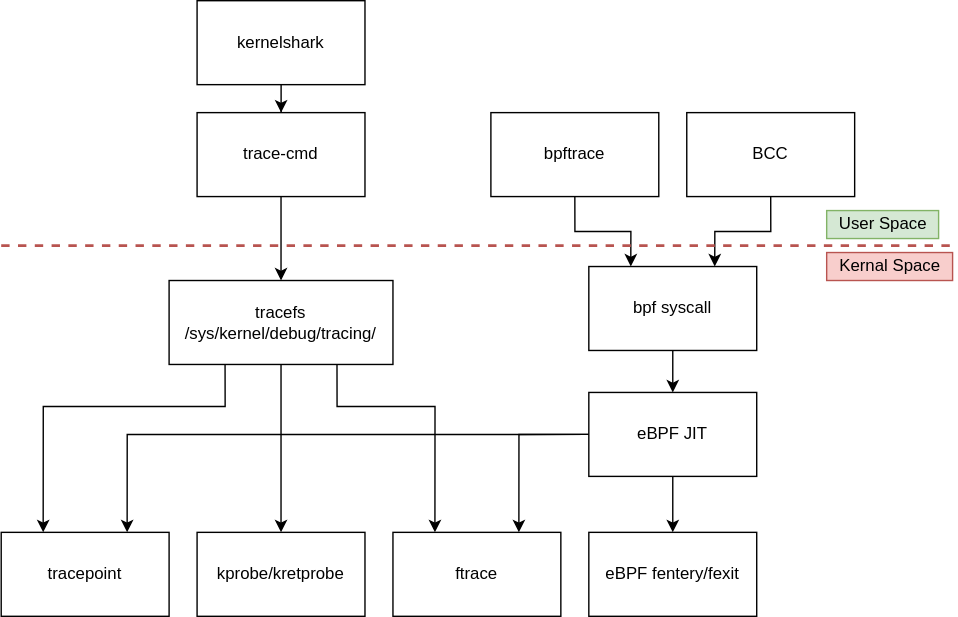
The draw.io diagram linuxKernel/picture/linux_tracing_system.svg in vernon2gh/note, before a commit. Source tidied: cells renumbered, new cells last; positions are measured from the earlier drawing's top-left corner, leaving out a move shared by most shapes.
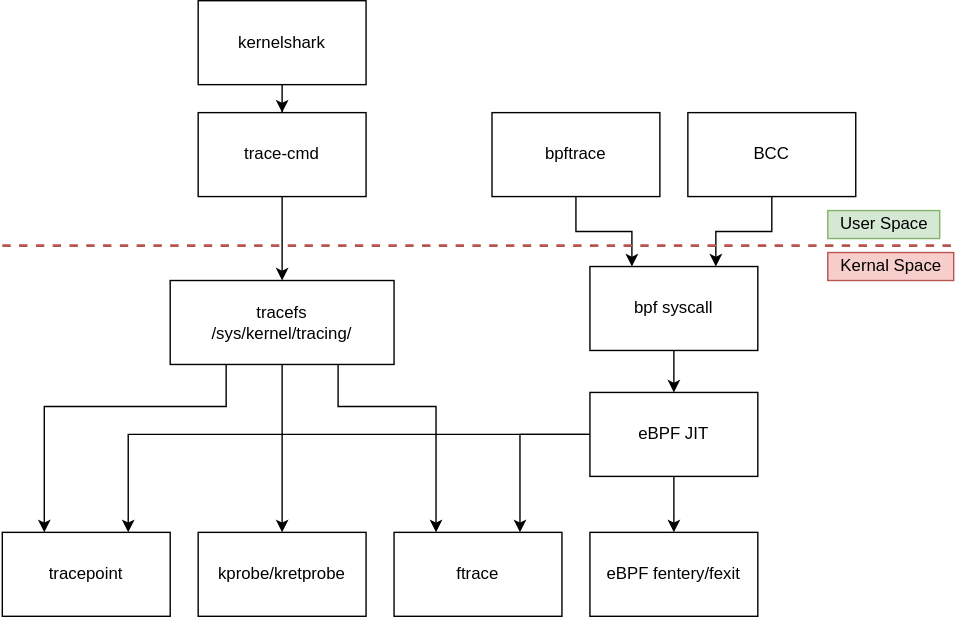
After the commit.

The edit, as a diff of the source:
```diff
@@ -33,7 +33,7 @@
         </Array>
       </mxGeometry>
     </mxCell>
-    <mxCell id="9" value="tracefs&lt;br&gt;&lt;span style=&quot;&quot; data-slate-fragment=&quot;JTdCJTIyb2JqZWN0JTIyJTNBJTIyZG9jdW1lbnQlMjIlMkMlMjJkYXRhJTIyJTNBJTdCJTdEJTJDJTIybm9kZXMlMjIlM0ElNUIlN0IlMjJvYmplY3QlMjIlM0ElMjJibG9jayUyMiUyQyUyMnR5cGUlMjIlM0ElMjJjb2RlLWxpbmUlMjIlMkMlMjJpc1ZvaWQlMjIlM0FmYWxzZSUyQyUyMmRhdGElMjIlM0ElN0IlN0QlMkMlMjJub2RlcyUyMiUzQSU1QiU3QiUyMm9iamVjdCUyMiUzQSUyMnRleHQlMjIlMkMlMjJsZWF2ZXMlMjIlM0ElNUIlN0IlMjJvYmplY3QlMjIlM0ElMjJsZWFmJTIyJTJDJTIydGV4dCUyMiUzQSUyMiUyRnN5cyUyRmtlcm5lbCUyRmRlYnVnJTJGdHJhY2luZyUyRiUyMiUyQyUyMm1hcmtzJTIyJTNBJTVCJTVEJTJDJTIyc2VsZWN0aW9ucyUyMiUzQSU1QiU1RCU3RCU1RCUyQyUyMmtleSUyMiUzQSUyMjAyYjU1ZWFmYmY1ZDQyNGQ5YWNkNGZjYzY4ZWQ3ZDY5JTIyJTdEJTVEJTJDJTIya2V5JTIyJTNBJTIyMzkyOTIwZjE2NTlkNDcyMzhiY2MxOTg3N2FhMzk0YjclMjIlN0QlNUQlMkMlMjJrZXklMjIlM0ElMjJmZTBlYmI4YjBmYzQ0YjJlOTBiMzM5N2E4YWNlMGIxOCUyMiU3RA==&quot;&gt;/sys/kernel/debug/tracing/&lt;/span&gt;" style="rounded=0;whiteSpace=wrap;html=1;" parent="1" vertex="1">
+    <mxCell id="9" value="tracefs&lt;br&gt;&lt;span style=&quot;&quot; data-slate-fragment=&quot;JTdCJTIyb2JqZWN0JTIyJTNBJTIyZG9jdW1lbnQlMjIlMkMlMjJkYXRhJTIyJTNBJTdCJTdEJTJDJTIybm9kZXMlMjIlM0ElNUIlN0IlMjJvYmplY3QlMjIlM0ElMjJibG9jayUyMiUyQyUyMnR5cGUlMjIlM0ElMjJjb2RlLWxpbmUlMjIlMkMlMjJpc1ZvaWQlMjIlM0FmYWxzZSUyQyUyMmRhdGElMjIlM0ElN0IlN0QlMkMlMjJub2RlcyUyMiUzQSU1QiU3QiUyMm9iamVjdCUyMiUzQSUyMnRleHQlMjIlMkMlMjJsZWF2ZXMlMjIlM0ElNUIlN0IlMjJvYmplY3QlMjIlM0ElMjJsZWFmJTIyJTJDJTIydGV4dCUyMiUzQSUyMiUyRnN5cyUyRmtlcm5lbCUyRmRlYnVnJTJGdHJhY2luZyUyRiUyMiUyQyUyMm1hcmtzJTIyJTNBJTVCJTVEJTJDJTIyc2VsZWN0aW9ucyUyMiUzQSU1QiU1RCU3RCU1RCUyQyUyMmtleSUyMiUzQSUyMjAyYjU1ZWFmYmY1ZDQyNGQ5YWNkNGZjYzY4ZWQ3ZDY5JTIyJTdEJTVEJTJDJTIya2V5JTIyJTNBJTIyMzkyOTIwZjE2NTlkNDcyMzhiY2MxOTg3N2FhMzk0YjclMjIlN0QlNUQlMkMlMjJrZXklMjIlM0ElMjJmZTBlYmI4YjBmYzQ0YjJlOTBiMzM5N2E4YWNlMGIxOCUyMiU3RA==&quot;&gt;/sys/kernel/tracing/&lt;/span&gt;" style="rounded=0;whiteSpace=wrap;html=1;" parent="1" vertex="1">
       <mxGeometry x="130" y="200" width="160" height="60" as="geometry" />
     </mxCell>
     <mxCell id="10" style="edgeStyle=orthogonalEdgeStyle;rounded=0;jettySize=auto;html=1;exitX=0.5;exitY=1;exitDx=0;exitDy=0;entryX=0.5;entryY=0;entryDx=0;entryDy=0;" parent="1" edge="1" source="11" target="15">
```
